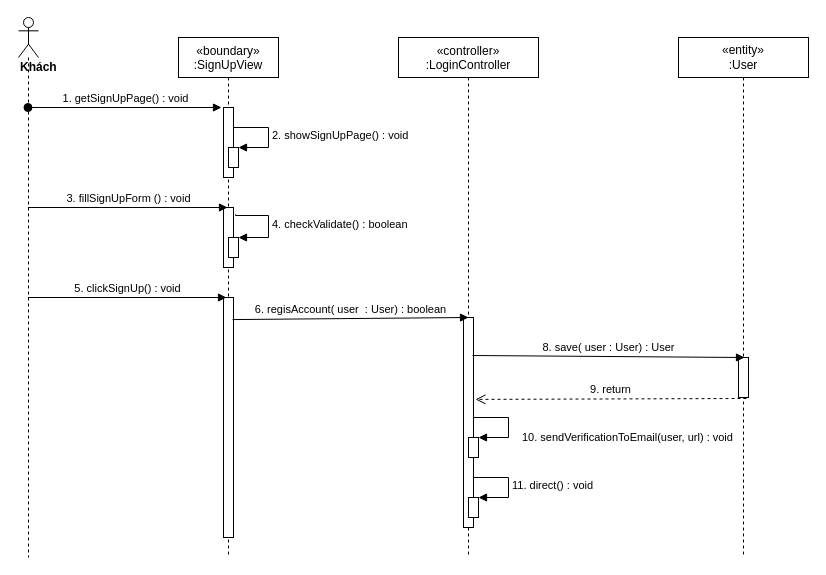
Above: sequence diagram/register-sequence-diagram.drawio in nguyenphamvan/datn_20202 (draw.io), before the change. Source tidied: cells renumbered, new cells numbered last; positions are measured from the earlier drawing's top-left corner, leaving out a move shared by most shapes. Both pictures are drawn from the tidied source at 100%, with x=0, y=0 at pixel (18, 17).
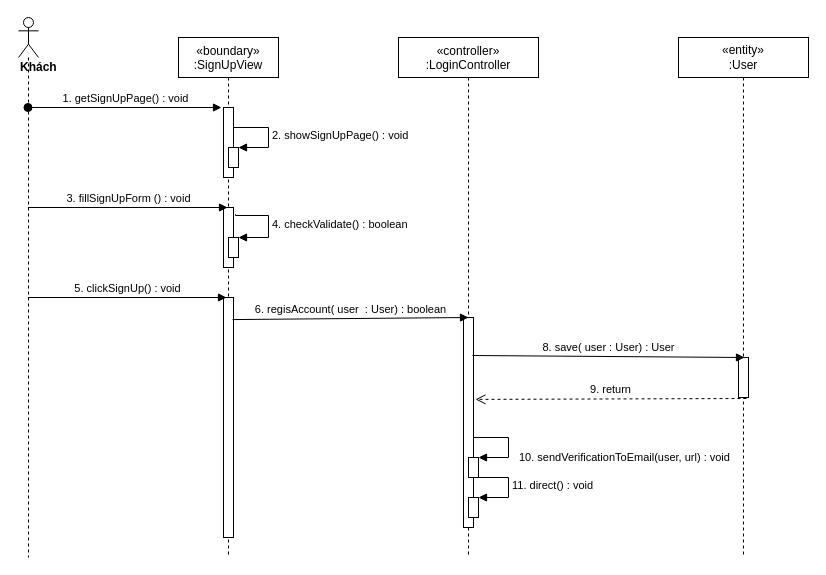
After the change.

The change refers to these unchanged cells:
```xml
<mxCell id="11" style="points=[];perimeter=orthogonalPerimeter;rounded=0;shadow=0;strokeWidth=1;" parent="10" vertex="1">
  <mxGeometry x="65" y="280" width="10" height="210" as="geometry" />
</mxCell>
```

What changed in the source:
```diff
@@
     <mxCell id="23" style="html=1;points=[];perimeter=orthogonalPerimeter;" parent="1" vertex="1">
-      <mxGeometry x="450" y="420" width="10" height="20" as="geometry" />
+      <mxGeometry x="450" y="440" width="10" height="20" as="geometry" />
     </mxCell>
-    <mxCell id="24" value="10. sendVerificationToEmail(user, url) : void" style="edgeStyle=orthogonalEdgeStyle;html=1;align=left;spacingLeft=2;endArrow=block;rounded=0;entryX=1;entryY=0;exitX=1;exitY=0.429;exitDx=0;exitDy=0;exitPerimeter=0;" parent="1" edge="1" source="11" target="23">
+    <mxCell id="24" value="10. sendVerificationToEmail(user, url) : void" style="edgeStyle=orthogonalEdgeStyle;html=1;align=left;spacingLeft=2;endArrow=block;rounded=0;entryX=1;entryY=0;" parent="1" edge="1" target="23">
       <mxGeometry x="0.37" y="-10" relative="1" as="geometry">
+        <mxPoint x="455" y="420" as="sourcePoint" />
         <Array as="points">
-          <mxPoint x="455" y="400" />
-          <mxPoint x="490" y="400" />
+          <mxPoint x="455" y="420" />
           <mxPoint x="490" y="420" />
+          <mxPoint x="490" y="440" />
         </Array>
         <mxPoint x="10" y="10" as="offset" />
       </mxGeometry>
     </mxCell>
```
